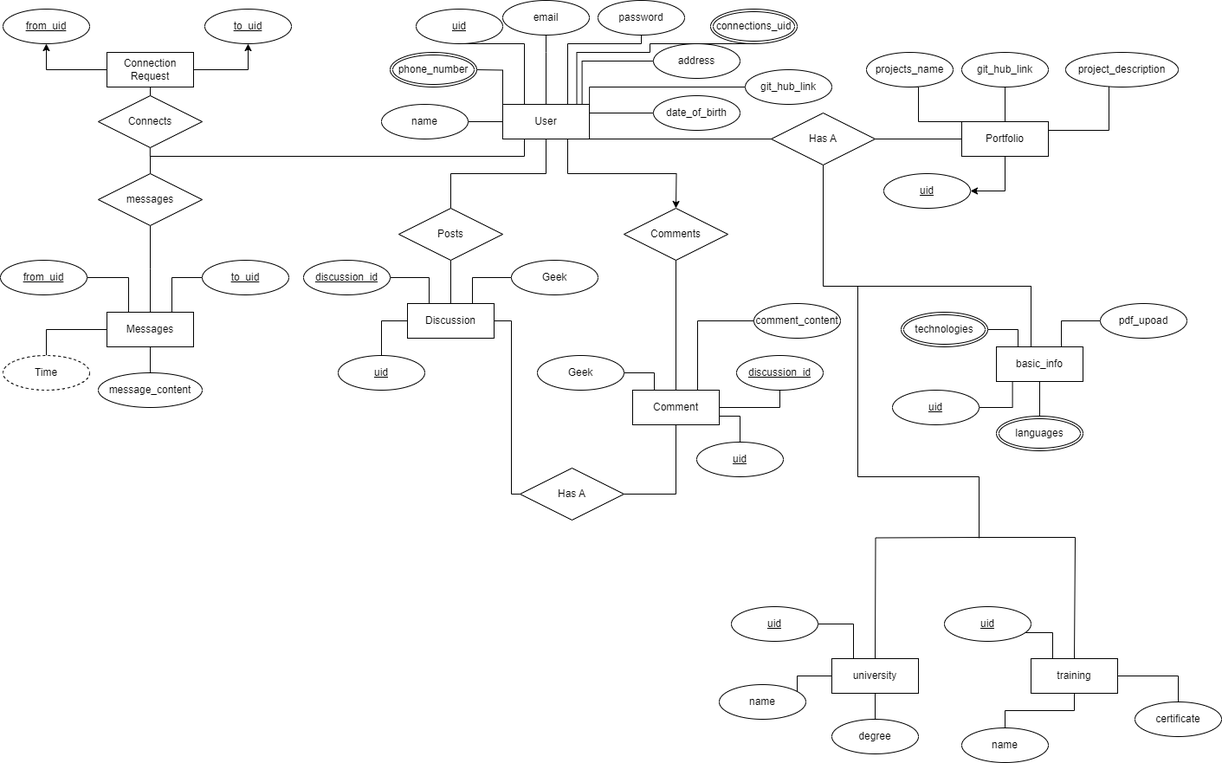
Before: Proposal_Latex/Diagrams/er.drawio.png, a diagram exported from draw.io (sushantbramhacharya/CodeConnect). Source tidied: cells renumbered, new cells last; positions are measured from the earlier drawing's top-left corner, leaving out a move shared by most shapes.
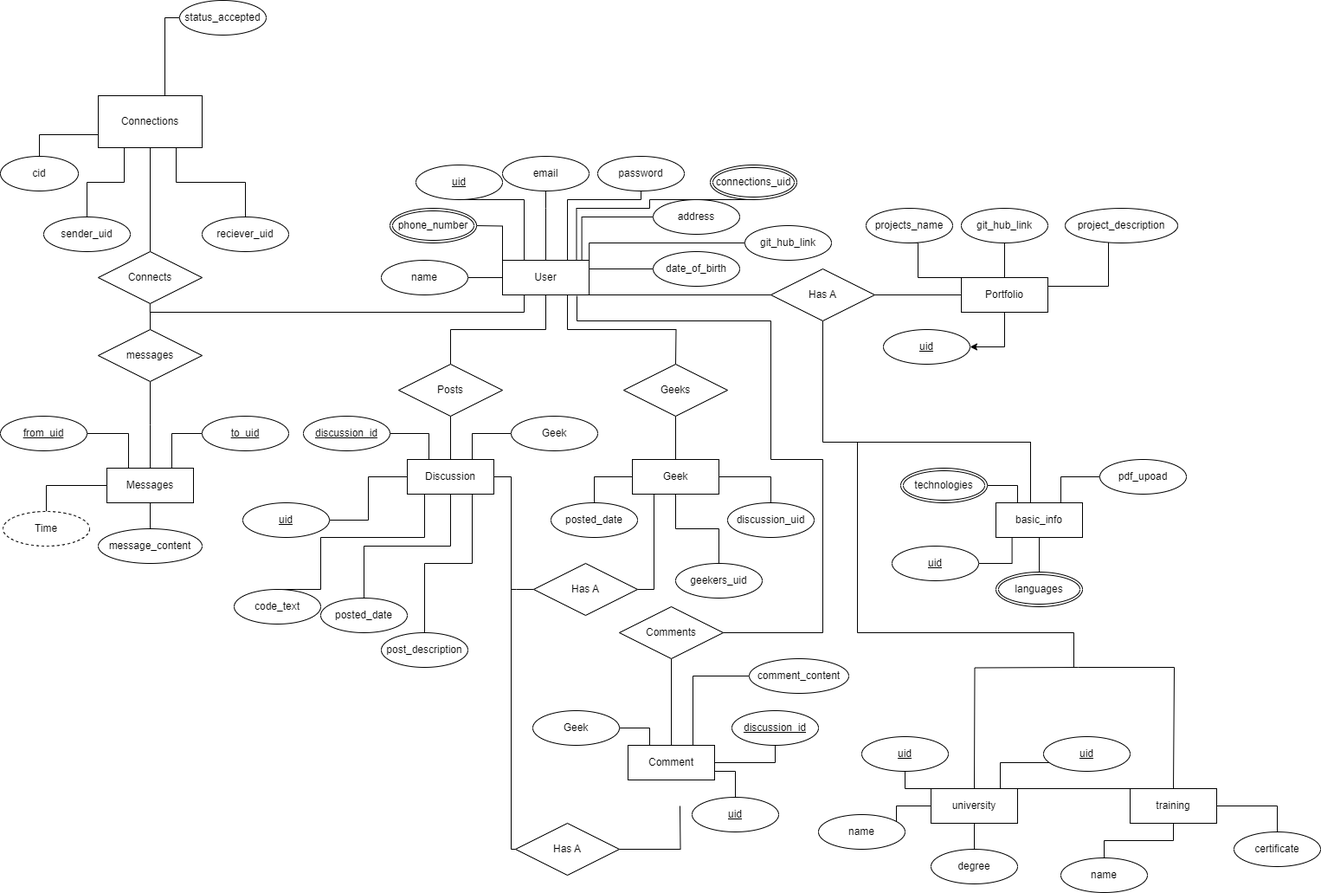
The same file after the commit.

What changed in the source:
```diff
@@ -7,3 +7,3 @@
     </mxCell>
-    <mxCell id="3" style="edgeStyle=orthogonalEdgeStyle;rounded=0;jettySize=auto;html=1;exitX=0.75;exitY=1;exitDx=0;exitDy=0;" parent="1" edge="1" source="6">
+    <mxCell id="3" style="edgeStyle=orthogonalEdgeStyle;rounded=0;jettySize=auto;html=1;exitX=0.75;exitY=1;exitDx=0;exitDy=0;endArrow=none;endFill=0;" parent="1" edge="1" source="6">
       <mxGeometry relative="1" as="geometry">
@@ -96,2 +96,23 @@
     </mxCell>
+    <mxCell id="105" style="edgeStyle=orthogonalEdgeStyle;rounded=0;jettySize=auto;html=1;entryX=0.5;entryY=0;entryDx=0;entryDy=0;endArrow=none;endFill=0;" parent="1" edge="1" source="23" target="109">
+      <mxGeometry relative="1" as="geometry">
+        <Array as="points">
+          <mxPoint x="490" y="440" />
+          <mxPoint x="370" y="440" />
+          <mxPoint x="370" y="500" />
+        </Array>
+      </mxGeometry>
+    </mxCell>
+    <mxCell id="106" style="edgeStyle=orthogonalEdgeStyle;rounded=0;jettySize=auto;html=1;exitX=0.75;exitY=1;exitDx=0;exitDy=0;endArrow=none;endFill=0;" parent="1" edge="1" source="23" target="110">
+      <mxGeometry relative="1" as="geometry">
+        <Array as="points">
+          <mxPoint x="520" y="390" />
+          <mxPoint x="520" y="450" />
+          <mxPoint x="420" y="450" />
+        </Array>
+      </mxGeometry>
+    </mxCell>
+    <mxCell id="107" style="edgeStyle=orthogonalEdgeStyle;rounded=0;jettySize=auto;html=1;exitX=0.75;exitY=1;exitDx=0;exitDy=0;endArrow=none;endFill=0;" parent="1" edge="1" source="23" target="111">
+      <mxGeometry relative="1" as="geometry" />
+    </mxCell>
     <mxCell id="23" value="Discussion" style="whiteSpace=wrap;html=1;align=center;" parent="1" vertex="1">
@@ -109,3 +130,3 @@
     <mxCell id="27" value="Comments" style="shape=rhombus;perimeter=rhombusPerimeter;whiteSpace=wrap;html=1;align=center;" parent="1" vertex="1">
-      <mxGeometry x="720" y="240" width="120" height="60" as="geometry" />
+      <mxGeometry x="715" y="520" width="120" height="60" as="geometry" />
     </mxCell>
@@ -116,6 +137,6 @@
       <mxGeometry relative="1" as="geometry">
-        <mxPoint x="880" y="370" as="targetPoint" />
+        <mxPoint x="875" y="600" as="targetPoint" />
         <Array as="points">
-          <mxPoint x="805" y="370" />
-          <mxPoint x="870" y="370" />
+          <mxPoint x="800" y="600" />
+          <mxPoint x="865" y="600" />
         </Array>
@@ -127,12 +148,12 @@
     <mxCell id="31" value="Comment" style="whiteSpace=wrap;html=1;align=center;" parent="1" vertex="1">
-      <mxGeometry x="730" y="450" width="100" height="40" as="geometry" />
+      <mxGeometry x="725" y="680" width="100" height="40" as="geometry" />
     </mxCell>
     <mxCell id="32" value="&lt;u&gt;discussion_id&lt;/u&gt;" style="ellipse;whiteSpace=wrap;html=1;align=center;" parent="1" vertex="1">
-      <mxGeometry x="850" y="410" width="100" height="40" as="geometry" />
+      <mxGeometry x="845" y="640" width="100" height="40" as="geometry" />
     </mxCell>
     <mxCell id="33" value="comment_content" style="ellipse;whiteSpace=wrap;html=1;align=center;" parent="1" vertex="1">
-      <mxGeometry x="870" y="350" width="100" height="40" as="geometry" />
+      <mxGeometry x="865" y="580" width="115" height="40" as="geometry" />
     </mxCell>
     <mxCell id="34" value="Geek" style="ellipse;whiteSpace=wrap;html=1;align=center;" parent="1" vertex="1">
-      <mxGeometry x="620" y="410" width="100" height="40" as="geometry" />
+      <mxGeometry x="615" y="640" width="100" height="40" as="geometry" />
     </mxCell>
@@ -142,3 +163,3 @@
           <mxPoint x="590" y="370" />
-          <mxPoint x="590" y="570" />
+          <mxPoint x="590" y="800" />
         </Array>
@@ -146,7 +167,9 @@
     </mxCell>
-    <mxCell id="36" style="edgeStyle=orthogonalEdgeStyle;rounded=0;jettySize=auto;html=1;entryX=0.5;entryY=1;entryDx=0;entryDy=0;endArrow=none;endFill=0;" parent="1" edge="1" source="37" target="31">
-      <mxGeometry relative="1" as="geometry" />
+    <mxCell id="36" style="edgeStyle=orthogonalEdgeStyle;rounded=0;jettySize=auto;html=1;endArrow=none;endFill=0;" parent="1" edge="1" source="37">
+      <mxGeometry relative="1" as="geometry">
+        <mxPoint x="785" y="750" as="targetPoint" />
+      </mxGeometry>
     </mxCell>
     <mxCell id="37" value="Has A" style="shape=rhombus;perimeter=rhombusPerimeter;whiteSpace=wrap;html=1;align=center;" parent="1" vertex="1">
-      <mxGeometry x="600" y="540" width="120" height="60" as="geometry" />
+      <mxGeometry x="595" y="770" width="120" height="60" as="geometry" />
     </mxCell>
@@ -213,3 +236,3 @@
       <mxGeometry relative="1" as="geometry">
-        <mxPoint x="1130" y="620" as="targetPoint" />
+        <mxPoint x="1240" y="590" as="targetPoint" />
         <Array as="points">
@@ -218,3 +241,3 @@
           <mxPoint x="990" y="550" />
-          <mxPoint x="1130" y="550" />
+          <mxPoint x="1240" y="550" />
         </Array>
@@ -245,4 +268,4 @@
       <mxGeometry relative="1" as="geometry">
-        <mxPoint x="1130" y="620" as="sourcePoint" />
-        <mxPoint x="1010" y="760" as="targetPoint" />
+        <mxPoint x="1245" y="590" as="sourcePoint" />
+        <mxPoint x="1125" y="730" as="targetPoint" />
       </mxGeometry>
@@ -251,8 +274,8 @@
       <mxGeometry relative="1" as="geometry">
-        <mxPoint x="1130" y="621" as="sourcePoint" />
-        <mxPoint x="1240" y="760" as="targetPoint" />
+        <mxPoint x="1245" y="590" as="sourcePoint" />
+        <mxPoint x="1355" y="730" as="targetPoint" />
         <Array as="points">
-          <mxPoint x="1130" y="620" />
-          <mxPoint x="1241" y="620" />
-          <mxPoint x="1241" y="760" />
+          <mxPoint x="1245" y="590" />
+          <mxPoint x="1356" y="590" />
+          <mxPoint x="1356" y="730" />
         </Array>
@@ -261,3 +284,3 @@
     <mxCell id="61" value="&lt;div&gt;university&lt;/div&gt;" style="whiteSpace=wrap;html=1;align=center;" parent="1" vertex="1">
-      <mxGeometry x="960" y="760" width="100" height="40" as="geometry" />
+      <mxGeometry x="1075" y="730" width="100" height="40" as="geometry" />
     </mxCell>
@@ -266,3 +289,3 @@
         <Array as="points">
-          <mxPoint x="920" y="780" />
+          <mxPoint x="1035" y="750" />
         </Array>
@@ -271,3 +294,3 @@
     <mxCell id="63" value="name" style="ellipse;whiteSpace=wrap;html=1;align=center;" parent="1" vertex="1">
-      <mxGeometry x="830" y="790" width="100" height="40" as="geometry" />
+      <mxGeometry x="945" y="760" width="100" height="40" as="geometry" />
     </mxCell>
@@ -277,3 +300,3 @@
     <mxCell id="65" value="degree" style="ellipse;whiteSpace=wrap;html=1;align=center;" parent="1" vertex="1">
-      <mxGeometry x="960" y="830" width="100" height="40" as="geometry" />
+      <mxGeometry x="1075" y="800" width="100" height="40" as="geometry" />
     </mxCell>
@@ -283,3 +306,3 @@
     <mxCell id="67" value="uid" style="ellipse;whiteSpace=wrap;html=1;align=center;fontStyle=4;" parent="1" vertex="1">
-      <mxGeometry x="844" y="700" width="100" height="40" as="geometry" />
+      <mxGeometry x="995" y="670" width="100" height="40" as="geometry" />
     </mxCell>
@@ -292,9 +315,9 @@
     <mxCell id="70" value="training" style="whiteSpace=wrap;html=1;align=center;" parent="1" vertex="1">
-      <mxGeometry x="1190" y="760" width="100" height="40" as="geometry" />
+      <mxGeometry x="1305" y="730" width="100" height="40" as="geometry" />
     </mxCell>
     <mxCell id="71" value="name" style="ellipse;whiteSpace=wrap;html=1;align=center;" parent="1" vertex="1">
-      <mxGeometry x="1110" y="840" width="100" height="40" as="geometry" />
+      <mxGeometry x="1225" y="810" width="100" height="40" as="geometry" />
     </mxCell>
     <mxCell id="72" value="certificate" style="ellipse;whiteSpace=wrap;html=1;align=center;" parent="1" vertex="1">
-      <mxGeometry x="1310" y="810" width="100" height="40" as="geometry" />
+      <mxGeometry x="1425" y="780" width="100" height="40" as="geometry" />
     </mxCell>
@@ -303,3 +326,3 @@
         <Array as="points">
-          <mxPoint x="1215" y="730" />
+          <mxPoint x="1155" y="700" />
         </Array>
@@ -308,3 +331,3 @@
     <mxCell id="74" value="uid" style="ellipse;whiteSpace=wrap;html=1;align=center;fontStyle=4;" parent="1" vertex="1">
-      <mxGeometry x="1090" y="700" width="100" height="40" as="geometry" />
+      <mxGeometry x="1205" y="670" width="100" height="40" as="geometry" />
     </mxCell>
@@ -323,3 +346,3 @@
     <mxCell id="79" value="&lt;u&gt;uid&lt;/u&gt;" style="ellipse;whiteSpace=wrap;html=1;align=center;" parent="1" vertex="1">
-      <mxGeometry x="390" y="410" width="100" height="40" as="geometry" />
+      <mxGeometry x="280" y="400" width="100" height="40" as="geometry" />
     </mxCell>
@@ -335,3 +358,3 @@
     <mxCell id="83" value="&lt;u&gt;uid&lt;/u&gt;" style="ellipse;whiteSpace=wrap;html=1;align=center;" parent="1" vertex="1">
-      <mxGeometry x="804" y="510" width="100" height="40" as="geometry" />
+      <mxGeometry x="799" y="740" width="100" height="40" as="geometry" />
     </mxCell>
@@ -372,22 +395,2 @@
     </mxCell>
-    <mxCell id="95" style="edgeStyle=orthogonalEdgeStyle;rounded=0;jettySize=auto;html=1;endArrow=none;endFill=0;" parent="1" edge="1" source="102">
-      <mxGeometry relative="1" as="geometry">
-        <mxPoint x="173" y="100" as="targetPoint" />
-      </mxGeometry>
-    </mxCell>
-    <mxCell id="96" style="edgeStyle=orthogonalEdgeStyle;rounded=0;jettySize=auto;html=1;entryX=0.5;entryY=1;entryDx=0;entryDy=0;" parent="1" edge="1" source="98" target="99">
-      <mxGeometry relative="1" as="geometry" />
-    </mxCell>
-    <mxCell id="97" style="edgeStyle=orthogonalEdgeStyle;rounded=0;jettySize=auto;html=1;" parent="1" edge="1" source="98" target="100">
-      <mxGeometry relative="1" as="geometry" />
-    </mxCell>
-    <mxCell id="98" value="Connection Request" style="whiteSpace=wrap;html=1;align=center;" parent="1" vertex="1">
-      <mxGeometry x="123" y="60" width="100" height="40" as="geometry" />
-    </mxCell>
-    <mxCell id="99" value="&lt;u&gt;from_uid&lt;/u&gt;" style="ellipse;whiteSpace=wrap;html=1;align=center;" parent="1" vertex="1">
-      <mxGeometry x="3" y="10" width="100" height="40" as="geometry" />
-    </mxCell>
-    <mxCell id="100" value="&lt;u&gt;to_uid&lt;/u&gt;" style="ellipse;whiteSpace=wrap;html=1;align=center;" parent="1" vertex="1">
-      <mxGeometry x="236" y="10" width="100" height="40" as="geometry" />
-    </mxCell>
     <mxCell id="101" style="edgeStyle=orthogonalEdgeStyle;rounded=0;jettySize=auto;html=1;endArrow=none;endFill=0;" parent="1" edge="1" target="102">
@@ -400,2 +403,5 @@
     </mxCell>
+    <mxCell id="108" style="edgeStyle=orthogonalEdgeStyle;rounded=0;jettySize=auto;html=1;endArrow=none;endFill=0;" parent="1" edge="1" source="102" target="126">
+      <mxGeometry relative="1" as="geometry" />
+    </mxCell>
     <mxCell id="102" value="Connects" style="shape=rhombus;perimeter=rhombusPerimeter;whiteSpace=wrap;html=1;align=center;" parent="1" vertex="1">
@@ -415,2 +421,95 @@
     </mxCell>
+    <mxCell id="109" value="code_text" style="ellipse;whiteSpace=wrap;html=1;align=center;" parent="1" vertex="1">
+      <mxGeometry x="270" y="500" width="100" height="40" as="geometry" />
+    </mxCell>
+    <mxCell id="110" value="posted_date" style="ellipse;whiteSpace=wrap;html=1;align=center;" parent="1" vertex="1">
+      <mxGeometry x="370" y="510" width="100" height="40" as="geometry" />
+    </mxCell>
+    <mxCell id="111" value="post_description" style="ellipse;whiteSpace=wrap;html=1;align=center;" parent="1" vertex="1">
+      <mxGeometry x="440" y="550" width="100" height="40" as="geometry" />
+    </mxCell>
+    <mxCell id="112" style="edgeStyle=orthogonalEdgeStyle;rounded=0;jettySize=auto;html=1;entryX=0.5;entryY=0;entryDx=0;entryDy=0;endArrow=none;endFill=0;" parent="1" edge="1" source="113" target="117">
+      <mxGeometry relative="1" as="geometry" />
+    </mxCell>
+    <mxCell id="113" value="Geeks" style="shape=rhombus;perimeter=rhombusPerimeter;whiteSpace=wrap;html=1;align=center;" parent="1" vertex="1">
+      <mxGeometry x="720" y="240" width="120" height="60" as="geometry" />
+    </mxCell>
+    <mxCell id="114" style="edgeStyle=orthogonalEdgeStyle;rounded=0;jettySize=auto;html=1;exitX=0;exitY=0.5;exitDx=0;exitDy=0;entryX=0.5;entryY=0;entryDx=0;entryDy=0;endArrow=none;endFill=0;" parent="1" edge="1" source="117" target="118">
+      <mxGeometry relative="1" as="geometry" />
+    </mxCell>
+    <mxCell id="115" style="edgeStyle=orthogonalEdgeStyle;rounded=0;jettySize=auto;html=1;entryX=0.5;entryY=0;entryDx=0;entryDy=0;endArrow=none;endFill=0;" parent="1" edge="1" source="117" target="119">
+      <mxGeometry relative="1" as="geometry" />
+    </mxCell>
+    <mxCell id="116" style="edgeStyle=orthogonalEdgeStyle;rounded=0;jettySize=auto;html=1;entryX=0.5;entryY=0;entryDx=0;entryDy=0;endArrow=none;endFill=0;" parent="1" edge="1" source="117" target="120">
+      <mxGeometry relative="1" as="geometry" />
+    </mxCell>
+    <mxCell id="117" value="Geek" style="whiteSpace=wrap;html=1;align=center;" parent="1" vertex="1">
+      <mxGeometry x="730" y="350" width="100" height="40" as="geometry" />
+    </mxCell>
+    <mxCell id="118" value="posted_date" style="ellipse;whiteSpace=wrap;html=1;align=center;" parent="1" vertex="1">
+      <mxGeometry x="636" y="400" width="100" height="40" as="geometry" />
+    </mxCell>
+    <mxCell id="119" value="geekers_uid" style="ellipse;whiteSpace=wrap;html=1;align=center;" parent="1" vertex="1">
+      <mxGeometry x="780" y="470" width="100" height="40" as="geometry" />
+    </mxCell>
+    <mxCell id="120" value="discussion_uid" style="ellipse;whiteSpace=wrap;html=1;align=center;" parent="1" vertex="1">
+      <mxGeometry x="840" y="400" width="100" height="40" as="geometry" />
+    </mxCell>
+    <mxCell id="121" style="edgeStyle=orthogonalEdgeStyle;rounded=0;jettySize=auto;html=1;exitX=0.86;exitY=1.027;exitDx=0;exitDy=0;endArrow=none;endFill=0;exitPerimeter=0;entryX=1;entryY=0.5;entryDx=0;entryDy=0;" parent="1" edge="1" source="6" target="27">
+      <mxGeometry relative="1" as="geometry">
+        <Array as="points">
+          <mxPoint x="666" y="190" />
+          <mxPoint x="890" y="190" />
+          <mxPoint x="890" y="350" />
+          <mxPoint x="950" y="350" />
+          <mxPoint x="950" y="550" />
+        </Array>
+      </mxGeometry>
+    </mxCell>
+    <mxCell id="122" style="edgeStyle=orthogonalEdgeStyle;rounded=0;jettySize=auto;html=1;entryX=0;entryY=0.5;entryDx=0;entryDy=0;endArrow=none;endFill=0;" parent="1" edge="1" source="126" target="129">
+      <mxGeometry relative="1" as="geometry">
+        <Array as="points">
+          <mxPoint x="190" y="-160" />
+        </Array>
+      </mxGeometry>
+    </mxCell>
+    <mxCell id="123" style="edgeStyle=orthogonalEdgeStyle;rounded=0;jettySize=auto;html=1;exitX=0.75;exitY=1;exitDx=0;exitDy=0;entryX=0.5;entryY=0;entryDx=0;entryDy=0;endArrow=none;endFill=0;" parent="1" edge="1" source="126" target="128">
+      <mxGeometry relative="1" as="geometry" />
+    </mxCell>
+    <mxCell id="124" style="edgeStyle=orthogonalEdgeStyle;rounded=0;jettySize=auto;html=1;exitX=0.25;exitY=1;exitDx=0;exitDy=0;entryX=0.5;entryY=0;entryDx=0;entryDy=0;endArrow=none;endFill=0;" parent="1" edge="1" source="126" target="127">
+      <mxGeometry relative="1" as="geometry" />
+    </mxCell>
+    <mxCell id="125" style="edgeStyle=orthogonalEdgeStyle;rounded=0;jettySize=auto;html=1;exitX=0;exitY=0.75;exitDx=0;exitDy=0;endArrow=none;endFill=0;" parent="1" edge="1" source="126" target="130">
+      <mxGeometry relative="1" as="geometry" />
+    </mxCell>
+    <mxCell id="126" value="Connections" style="rounded=0;whiteSpace=wrap;html=1;" parent="1" vertex="1">
+      <mxGeometry x="113" y="-70" width="120" height="60" as="geometry" />
+    </mxCell>
+    <mxCell id="127" value="sender_uid" style="ellipse;whiteSpace=wrap;html=1;align=center;" parent="1" vertex="1">
+      <mxGeometry x="50" y="70" width="100" height="40" as="geometry" />
+    </mxCell>
+    <mxCell id="128" value="reciever_uid" style="ellipse;whiteSpace=wrap;html=1;align=center;" parent="1" vertex="1">
+      <mxGeometry x="233" y="70" width="100" height="40" as="geometry" />
+    </mxCell>
+    <mxCell id="129" value="status_accepted" style="ellipse;whiteSpace=wrap;html=1;align=center;" parent="1" vertex="1">
+      <mxGeometry x="207" y="-180" width="100" height="40" as="geometry" />
+    </mxCell>
+    <mxCell id="130" value="cid" style="ellipse;whiteSpace=wrap;html=1;align=center;" parent="1" vertex="1">
+      <mxGeometry width="90" height="40" as="geometry" />
+    </mxCell>
+    <mxCell id="131" style="edgeStyle=orthogonalEdgeStyle;rounded=0;jettySize=auto;html=1;endArrow=none;endFill=0;" parent="1" edge="1" source="133">
+      <mxGeometry relative="1" as="geometry">
+        <mxPoint x="590" y="500" as="targetPoint" />
+      </mxGeometry>
+    </mxCell>
+    <mxCell id="132" style="edgeStyle=orthogonalEdgeStyle;rounded=0;jettySize=auto;html=1;entryX=0.25;entryY=1;entryDx=0;entryDy=0;endArrow=none;endFill=0;" parent="1" edge="1" source="133" target="117">
+      <mxGeometry relative="1" as="geometry">
+        <Array as="points">
+          <mxPoint x="755" y="500" />
+        </Array>
+      </mxGeometry>
+    </mxCell>
+    <mxCell id="133" value="Has A" style="shape=rhombus;perimeter=rhombusPerimeter;whiteSpace=wrap;html=1;align=center;" parent="1" vertex="1">
+      <mxGeometry x="616" y="470" width="120" height="60" as="geometry" />
+    </mxCell>
   </root>
```
